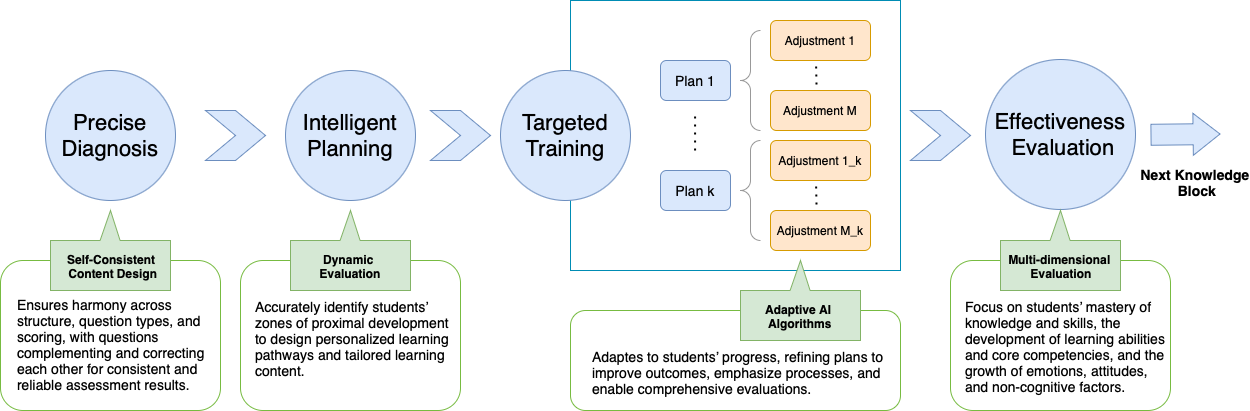
The draw.io diagram images/patent_tech.png in yixinli19/DeepMath, before a commit. Source tidied: cells renumbered, new cells last; positions are measured from the earlier drawing's top-left corner, leaving out a move shared by most shapes.
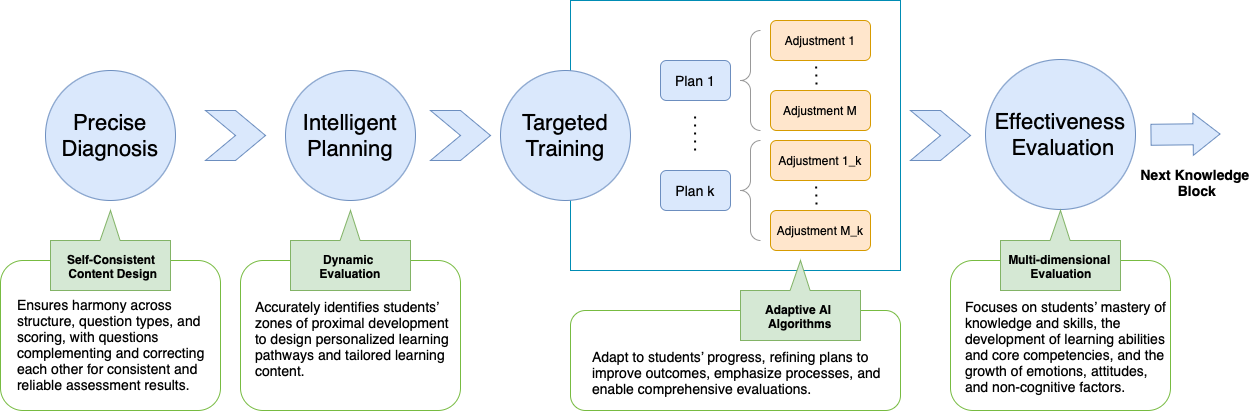
The same file after the commit.

Change to the diagram source:
```diff
@@ -38,7 +38,7 @@
     <mxCell id="12" style="shape=callout;whiteSpace=wrap;html=1;perimeter=calloutPerimeter;size=30;position=0.42;rotation=-180;position2=0.5;fillColor=#d5e8d4;strokeColor=#82b366;" parent="1" vertex="1">
       <mxGeometry x="290" y="210" width="120" height="80" as="geometry" />
     </mxCell>
-    <mxCell id="13" value="&lt;p class=&quot;p1&quot;&gt;&lt;font style=&quot;font-size: 14px;&quot;&gt;Accurately identify students’ zones of proximal development to design personalized learning pathways and tailored learning content.&lt;/font&gt;&lt;/p&gt;" style="text;whiteSpace=wrap;html=1;" parent="1" vertex="1">
+    <mxCell id="13" value="&lt;p class=&quot;p1&quot;&gt;&lt;font style=&quot;font-size: 14px;&quot;&gt;Accurately identifies students’ zones of proximal development to design personalized learning pathways and tailored learning content.&lt;/font&gt;&lt;/p&gt;" style="text;whiteSpace=wrap;html=1;" parent="1" vertex="1">
       <mxGeometry x="253" y="280" width="205" height="50" as="geometry" />
     </mxCell>
     <mxCell id="14" value="&lt;div style=&quot;&quot;&gt;&lt;span style=&quot;text-wrap-mode: nowrap;&quot;&gt;Dynamic&amp;nbsp;&lt;/span&gt;&lt;/div&gt;&lt;div style=&quot;&quot;&gt;&lt;span style=&quot;text-wrap-mode: nowrap;&quot;&gt;Evaluation&lt;/span&gt;&lt;/div&gt;" style="text;whiteSpace=wrap;html=1;fontStyle=1;align=center;" parent="1" vertex="1">
@@ -95,7 +95,7 @@
     <mxCell id="28" value="&lt;div style=&quot;&quot;&gt;&lt;span style=&quot;text-wrap-mode: nowrap;&quot;&gt;Adaptive AI&amp;nbsp;&lt;/span&gt;&lt;/div&gt;&lt;div style=&quot;&quot;&gt;&lt;span style=&quot;text-wrap-mode: nowrap;&quot;&gt;Algorithms&lt;/span&gt;&lt;/div&gt;" style="text;whiteSpace=wrap;html=1;fontStyle=1;align=center;" parent="1" vertex="1">
       <mxGeometry x="755" y="296" width="90" height="30" as="geometry" />
     </mxCell>
-    <mxCell id="29" value="&lt;p class=&quot;p1&quot;&gt;&lt;font style=&quot;font-size: 14px;&quot;&gt;Adaptes to students’ progress, refining plans to improve outcomes, emphasize processes, and enable comprehensive evaluations.&lt;/font&gt;&lt;/p&gt;" style="text;whiteSpace=wrap;html=1;" parent="1" vertex="1">
+    <mxCell id="29" value="&lt;p class=&quot;p1&quot;&gt;&lt;font style=&quot;font-size: 14px;&quot;&gt;Adapt to students’ progress, refining plans to improve outcomes, emphasize processes, and enable comprehensive evaluations.&lt;/font&gt;&lt;/p&gt;" style="text;whiteSpace=wrap;html=1;" parent="1" vertex="1">
       <mxGeometry x="589.5" y="330" width="297.5" height="50" as="geometry" />
     </mxCell>
     <mxCell id="30" value="&lt;font style=&quot;font-size: 22px;&quot;&gt;Effectiveness &amp;nbsp;Evaluation&lt;/font&gt;" style="ellipse;whiteSpace=wrap;html=1;fillColor=#dae8fc;strokeColor=#6c8ebf;" parent="1" vertex="1">
@@ -107,7 +107,7 @@
     <mxCell id="32" style="shape=callout;whiteSpace=wrap;html=1;perimeter=calloutPerimeter;size=30;position=0.42;rotation=-180;position2=0.5;fillColor=#d5e8d4;strokeColor=#82b366;" parent="1" vertex="1">
       <mxGeometry x="1000" y="210" width="120" height="80" as="geometry" />
     </mxCell>
-    <mxCell id="33" value="&lt;p class=&quot;p1&quot;&gt;&lt;font style=&quot;font-size: 14px;&quot;&gt;Focus on students’ mastery of knowledge and skills, the development of learning abilities and core competencies, and the growth of emotions, attitudes, and non-cognitive factors.&lt;/font&gt;&lt;/p&gt;" style="text;whiteSpace=wrap;html=1;" parent="1" vertex="1">
+    <mxCell id="33" value="&lt;p class=&quot;p1&quot;&gt;&lt;font style=&quot;font-size: 14px;&quot;&gt;Focuses on students’ mastery of knowledge and skills, the development of learning abilities and core competencies, and the growth of emotions, attitudes, and non-cognitive factors.&lt;/font&gt;&lt;/p&gt;" style="text;whiteSpace=wrap;html=1;" parent="1" vertex="1">
       <mxGeometry x="963" y="280" width="205" height="50" as="geometry" />
     </mxCell>
     <mxCell id="34" value="&lt;div style=&quot;&quot;&gt;&lt;span style=&quot;text-wrap-mode: nowrap;&quot;&gt;Multi-dimensional&amp;nbsp;&lt;/span&gt;&lt;/div&gt;&lt;div style=&quot;&quot;&gt;&lt;span style=&quot;text-wrap-mode: nowrap;&quot;&gt;Evaluation&lt;/span&gt;&lt;/div&gt;" style="text;whiteSpace=wrap;html=1;fontStyle=1;align=center;" parent="1" vertex="1">
```
